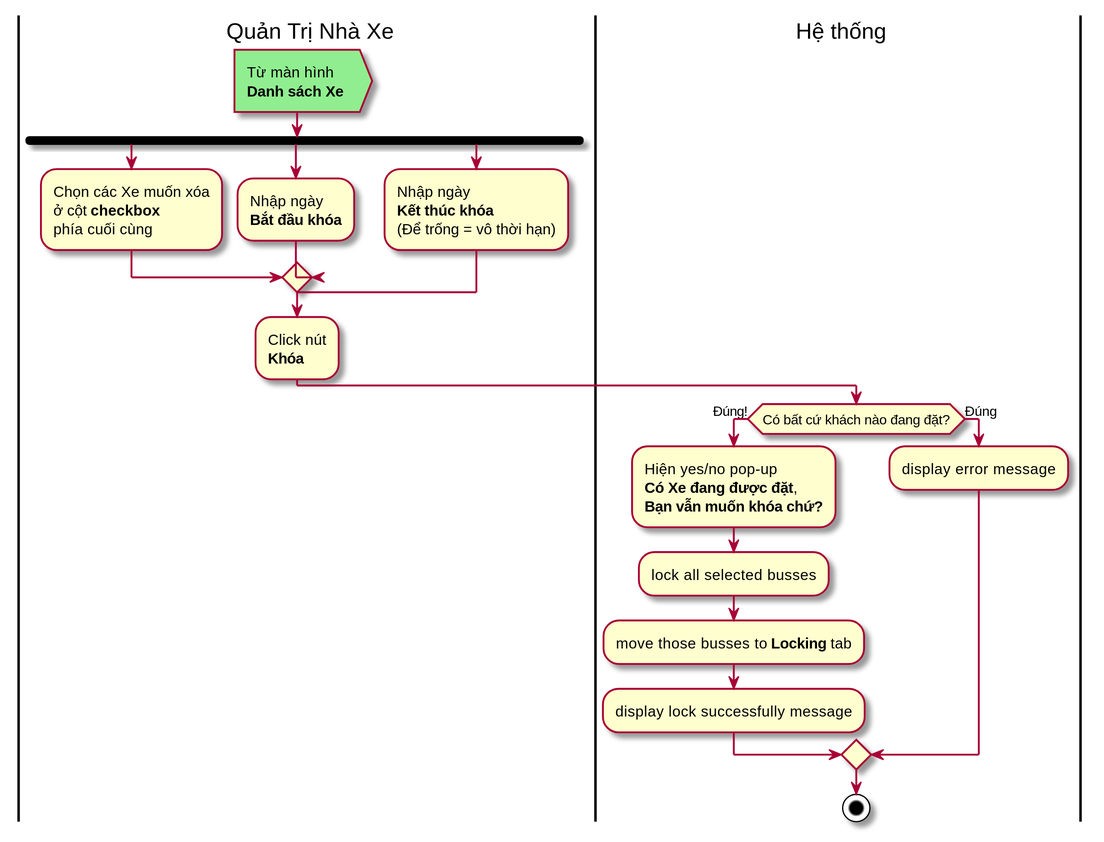
Earlier version of the PlantUML export Documents/working/Giap/usecases_and_flow_charts/lock_buss.svg (tungdduy/funixCP).
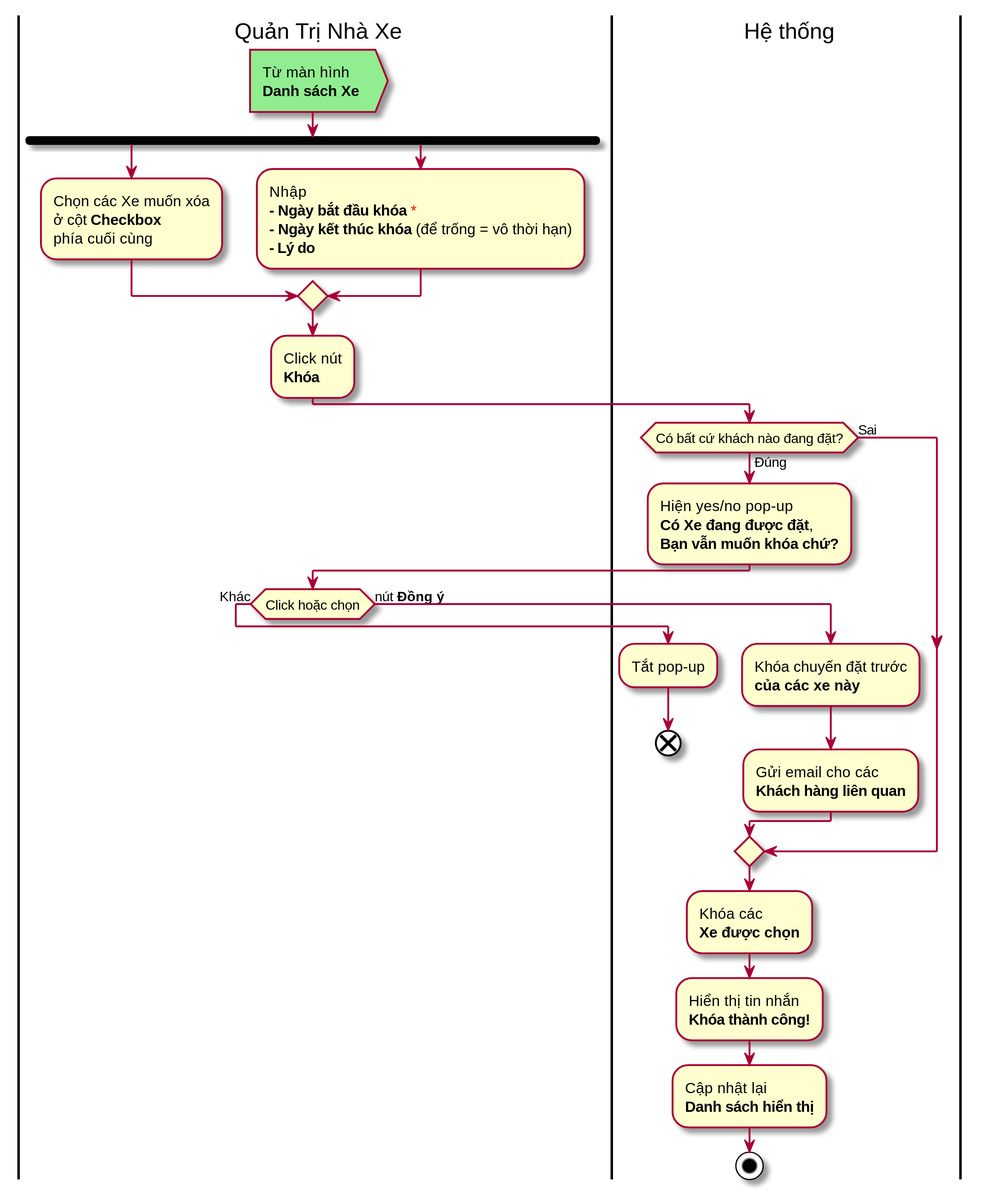
After the change.

What changed in the source:
```diff
@@ -8,33 +8,50 @@
 
 	fork
 		:Chọn các Xe muốn xóa
-		ở cột <b>checkbox</b>
+		ở cột <b>Checkbox</b>
 		phía cuối cùng;
 	fork again
-		:Nhập ngày
-		<b>Bắt đầu khóa</b>;
-	fork again
-		:Nhập ngày
-		<b>Kết thúc khóa</b>
-		(Để trống = vô thời hạn);
+		:Nhập
+		<b>- Ngày bắt đầu khóa</b> <color:red>*</color>
+		<b>- Ngày kết thúc khóa</b> (để trống = vô thời hạn)
+		<b>- Lý do</b>;
 	end merge
 
 	:Click nút
 	<b>Khóa</b>;
 |System| Hệ thống
 
-if (Có bất cứ khách nào đang đặt?) then (Đúng!)
+	if (Có bất cứ khách nào đang đặt?) then (Đúng)
 
-	:Hiện yes/no pop-up
-	<b>Có Xe đang được đặt</b>,
-	<b>Bạn vẫn muốn khóa chứ?</b>;
+		:Hiện yes/no pop-up
+		<b>Có Xe đang được đặt</b>,
+		<b>Bạn vẫn muốn khóa chứ?</b>;
 
-	:lock all selected busses;
+		|Buss Admin|
+		if (Click hoặc chọn) is (Khác) then
+			|System|
+			:Tắt pop-up;
+			end
+		else (nút <b>Đồng ý</b>)
+			|System|
+				:Khóa chuyến đặt trước
+				<b>của các xe này</b>;
 
-	:move those busses to <b>Locking</b> tab;
-	:display lock successfully message;
-else (Đúng)
-	:display error message;
-endif
+				:Gửi email cho các
+				<b>Khách hàng liên quan</b>;
+		endif
+	else (Sai)
+	endif
+
+	|System|
+		:Khóa các
+		<b>Xe được chọn</b>;
+
+	 	:Hiển thị tin nhắn
+	 	<b>Khóa thành công!</b>;
+
+	 	:Cập nhật lại
+	 	<b>Danh sách hiển thị</b>;
+
 	stop
 @enduml
```
